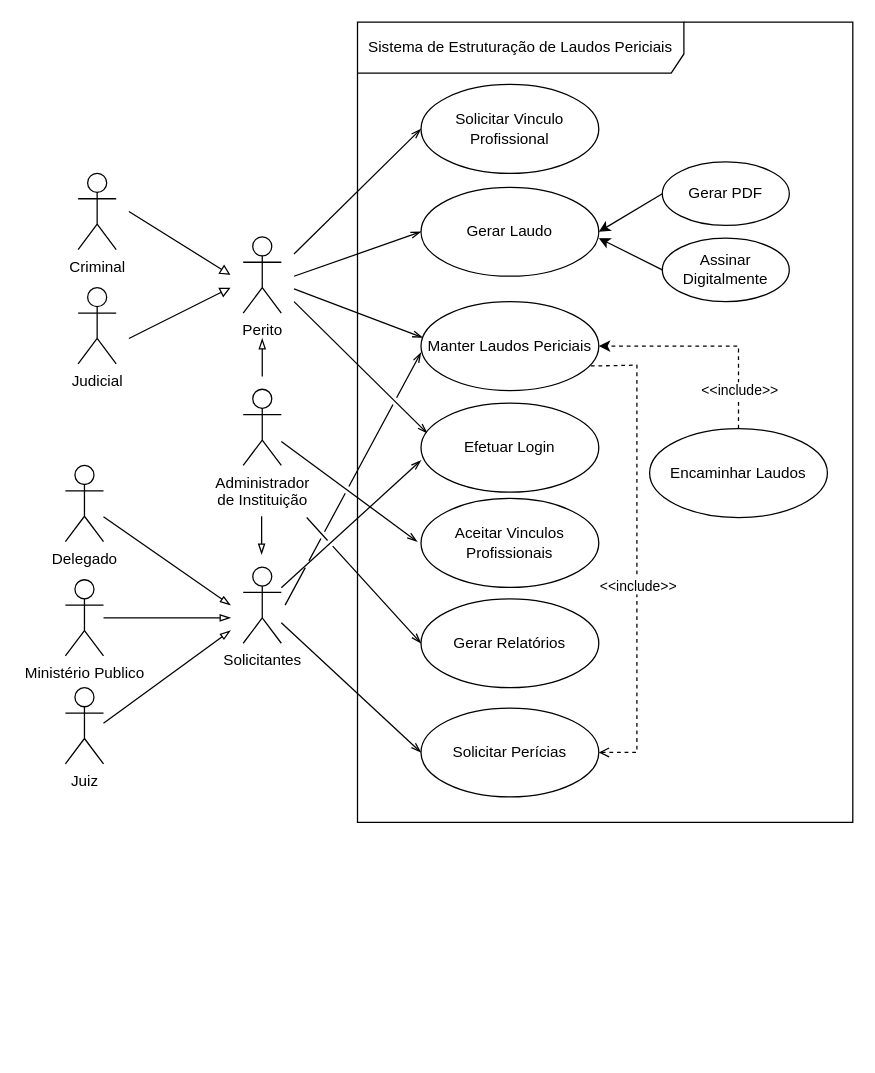
The draw.io diagram docs/Uso de Caso Projeto ES2.drawio in markkyn/peritum-report, before the edit. Source tidied: cells renumbered, new cells numbered last; positions are measured from the earlier drawing's top-left corner, leaving out a move shared by most shapes. Both pictures are drawn from the tidied source at 127%, with x=0, y=0 at pixel (65, 22).
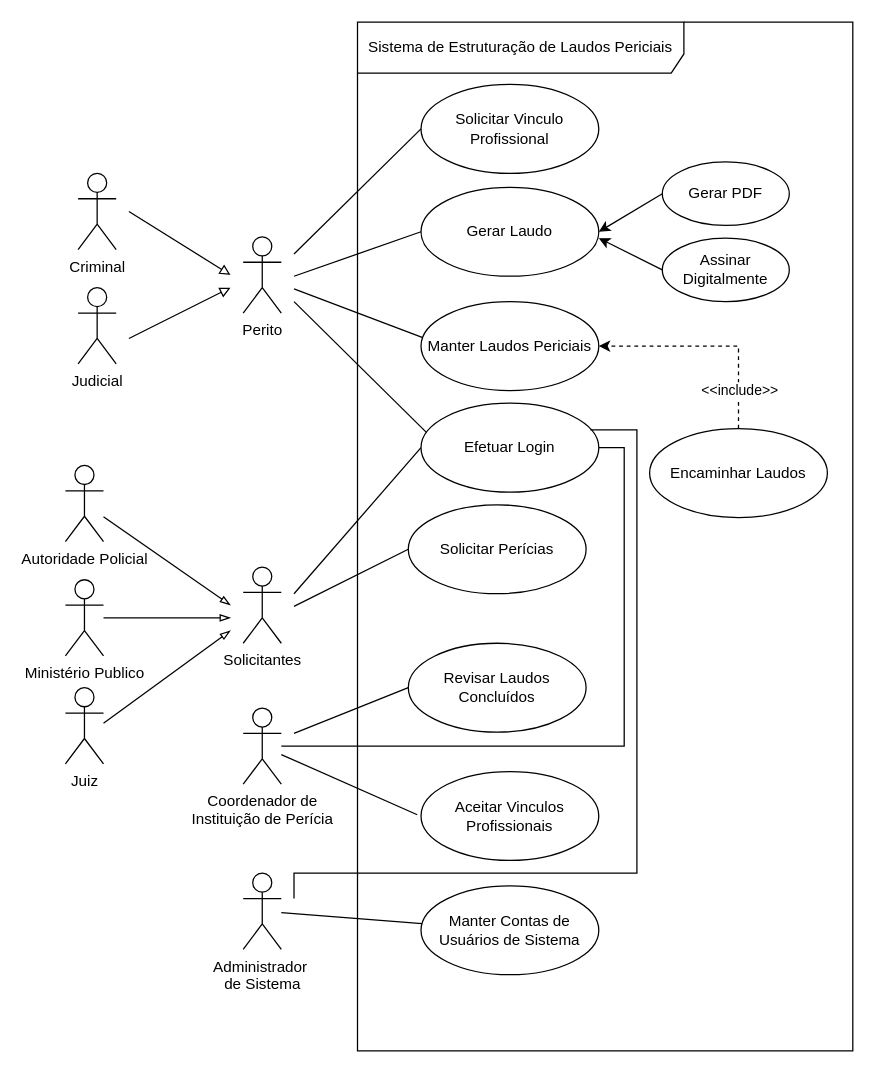
Above is the later version.

Commit message:
Actualizar Caso uso Projeto ES2.drawio

Unchanged cells that the change refers to:
```xml
<mxCell id="11" value="Manter Laudos Periciais" style="ellipse;whiteSpace=wrap;html=1;" parent="1" vertex="1">
  <mxGeometry x="280" y="220" width="140" height="70" as="geometry" />
</mxCell>
<mxCell id="13" value="Solicitantes" style="shape=umlActor;verticalLabelPosition=bottom;verticalAlign=top;html=1;" parent="1" vertex="1">
  <mxGeometry x="140" y="429" width="30" height="60" as="geometry" />
</mxCell>
<mxCell id="25" value="Efetuar Login" style="ellipse;whiteSpace=wrap;html=1;" parent="1" vertex="1">
  <mxGeometry x="280" y="300" width="140" height="70" as="geometry" />
</mxCell>
<mxCell id="31" value="Gerar Laudo" style="ellipse;whiteSpace=wrap;html=1;" parent="1" vertex="1">
  <mxGeometry x="280" y="130" width="140" height="70" as="geometry" />
</mxCell>
<mxCell id="38" value="Solicitar Vinculo Profissional" style="ellipse;whiteSpace=wrap;html=1;" parent="1" vertex="1">
  <mxGeometry x="280" y="49" width="140" height="70" as="geometry" />
</mxCell>
```

Change to the diagram source:
```diff
@@
-    <mxCell id="2" style="rounded=0;jettySize=auto;html=1;endArrow=openThin;endFill=0;entryX=0.01;entryY=0.405;entryDx=0;entryDy=0;entryPerimeter=0;" parent="1" edge="1" target="11">
+    <mxCell id="2" style="rounded=0;jettySize=auto;html=1;endArrow=none;endFill=0;entryX=0.01;entryY=0.405;entryDx=0;entryDy=0;entryPerimeter=0;" parent="1" edge="1" target="11">
       <mxGeometry relative="1" as="geometry">
         <mxPoint x="180" y="210" as="sourcePoint" />
       </mxGeometry>
     </mxCell>
@@
     <mxCell id="8" value="Sistema de Estruturação de Laudos Periciais" style="shape=umlFrame;whiteSpace=wrap;html=1;width=257;height=40;" parent="1" vertex="1">
-      <mxGeometry x="230" width="390" height="630" as="geometry" />
+      <mxGeometry x="230" width="390" height="810" as="geometry" />
     </mxCell>
-    <mxCell id="9" style="edgeStyle=orthogonalEdgeStyle;rounded=0;jettySize=auto;html=1;endArrow=open;endFill=0;dashed=1;entryX=1;entryY=0.5;entryDx=0;entryDy=0;exitX=0.955;exitY=0.723;exitDx=0;exitDy=0;exitPerimeter=0;" parent="1" edge="1" source="11" target="14">
-      <mxGeometry relative="1" as="geometry">
-        <Array as="points">
-          <mxPoint x="420" y="271" />
-          <mxPoint x="450" y="270" />
-          <mxPoint x="450" y="495" />
-        </Array>
-      </mxGeometry>
-    </mxCell>
-    <mxCell id="10" value="&amp;lt;&amp;lt;include&amp;gt;&amp;gt;" style="edgeLabel;html=1;align=center;verticalAlign=middle;" parent="9" vertex="1">
-      <mxGeometry x="-0.02" y="1" relative="1" as="geometry">
-        <mxPoint x="-1" y="28" as="offset" />
-      </mxGeometry>
-    </mxCell>
@@
-    <mxCell id="12" style="rounded=0;jettySize=auto;html=1;entryX=0;entryY=0.5;entryDx=0;entryDy=0;endArrow=openThin;endFill=0;" parent="1" edge="1" source="13" target="14">
-      <mxGeometry relative="1" as="geometry" />
+    <mxCell id="12" style="rounded=0;jettySize=auto;html=1;entryX=0;entryY=0.5;entryDx=0;entryDy=0;endArrow=none;endFill=0;" parent="1" edge="1" target="14">
+      <mxGeometry relative="1" as="geometry">
+        <mxPoint x="180" y="460" as="sourcePoint" />
+      </mxGeometry>
     </mxCell>
+    <mxCell id="43" style="rounded=0;jettySize=auto;html=1;entryX=0;entryY=0.5;entryDx=0;entryDy=0;endArrow=none;endFill=0;" parent="1" edge="1" target="25">
+      <mxGeometry relative="1" as="geometry">
+        <mxPoint x="180" y="450" as="sourcePoint" />
+      </mxGeometry>
+    </mxCell>
@@
     <mxCell id="14" value="Solicitar Perícias" style="ellipse;whiteSpace=wrap;html=1;" parent="1" vertex="1">
-      <mxGeometry x="280" y="540" width="140" height="70" as="geometry" />
+      <mxGeometry x="270" y="380" width="140" height="70" as="geometry" />
     </mxCell>
@@
-    <mxCell id="16" value="Delegado" style="shape=umlActor;verticalLabelPosition=bottom;verticalAlign=top;html=1;" parent="1" vertex="1">
+    <mxCell id="16" value="Autoridade Policial" style="shape=umlActor;verticalLabelPosition=bottom;verticalAlign=top;html=1;" parent="1" vertex="1">
       <mxGeometry y="349" width="30" height="60" as="geometry" />
     </mxCell>
@@
-    <mxCell id="21" style="edgeStyle=orthogonalEdgeStyle;rounded=0;orthogonalLoop=1;jettySize=auto;html=1;endArrow=blockThin;endFill=0;" parent="1" edge="1">
-      <mxGeometry relative="1" as="geometry">
-        <mxPoint x="155" y="279" as="sourcePoint" />
-        <mxPoint x="155" y="249" as="targetPoint" />
-      </mxGeometry>
-    </mxCell>
-    <mxCell id="22" style="rounded=0;jettySize=auto;html=1;endArrow=openThin;endFill=0;entryX=0.036;entryY=0.339;entryDx=0;entryDy=0;entryPerimeter=0;" parent="1" edge="1" target="25">
+    <mxCell id="22" style="rounded=0;jettySize=auto;html=1;endArrow=none;endFill=0;entryX=0.036;entryY=0.339;entryDx=0;entryDy=0;entryPerimeter=0;" parent="1" edge="1" target="25">
       <mxGeometry relative="1" as="geometry">
         <mxPoint x="180" y="220" as="sourcePoint" />
       </mxGeometry>
     </mxCell>
+    <mxCell id="44" style="edgeStyle=orthogonalEdgeStyle;rounded=0;jettySize=auto;html=1;entryX=1;entryY=0.5;entryDx=0;entryDy=0;endArrow=none;endFill=0;" parent="1" edge="1" source="23" target="25">
+      <mxGeometry relative="1" as="geometry" />
+    </mxCell>
+    <mxCell id="45" style="rounded=0;jettySize=auto;html=1;entryX=0;entryY=0.5;entryDx=0;entryDy=0;endArrow=none;endFill=0;" parent="1" edge="1" target="50">
+      <mxGeometry relative="1" as="geometry">
+        <mxPoint x="180" y="560" as="sourcePoint" />
+      </mxGeometry>
+    </mxCell>
-    <mxCell id="23" value="Administrador &lt;br&gt;de Instituição" style="shape=umlActor;verticalLabelPosition=bottom;verticalAlign=top;html=1;" parent="1" vertex="1">
-      <mxGeometry x="140" y="289" width="30" height="60" as="geometry" />
+    <mxCell id="23" value="Coordenador de &lt;br&gt;Instituição de Perícia" style="shape=umlActor;verticalLabelPosition=bottom;verticalAlign=top;html=1;" parent="1" vertex="1">
+      <mxGeometry x="140" y="540" width="30" height="60" as="geometry" />
     </mxCell>
-    <mxCell id="24" style="edgeStyle=orthogonalEdgeStyle;rounded=0;orthogonalLoop=1;jettySize=auto;html=1;endArrow=blockThin;endFill=0;" parent="1" edge="1">
-      <mxGeometry relative="1" as="geometry">
-        <mxPoint x="154.5" y="389" as="sourcePoint" />
-        <mxPoint x="154.5" y="419" as="targetPoint" />
-        <Array as="points">
-          <mxPoint x="154.5" y="409" />
-          <mxPoint x="154.5" y="409" />
-        </Array>
-      </mxGeometry>
-    </mxCell>
@@
     <mxCell id="29" value="Aceitar Vinculos Profissionais" style="ellipse;whiteSpace=wrap;html=1;" parent="1" vertex="1">
-      <mxGeometry x="280" y="375" width="140" height="70" as="geometry" />
+      <mxGeometry x="280" y="590" width="140" height="70" as="geometry" />
     </mxCell>
-    <mxCell id="30" style="rounded=0;jettySize=auto;html=1;endArrow=openThin;endFill=0;entryX=-0.021;entryY=0.486;entryDx=0;entryDy=0;entryPerimeter=0;" parent="1" edge="1" source="23" target="29">
+    <mxCell id="30" style="rounded=0;jettySize=auto;html=1;endArrow=none;endFill=0;entryX=-0.021;entryY=0.486;entryDx=0;entryDy=0;entryPerimeter=0;" parent="1" edge="1" source="23" target="29">
       <mxGeometry relative="1" as="geometry" />
     </mxCell>
@@
-    <mxCell id="32" style="rounded=0;jettySize=auto;html=1;endArrow=openThin;endFill=0;entryX=0;entryY=0.5;entryDx=0;entryDy=0;" parent="1" edge="1" target="31">
+    <mxCell id="32" style="rounded=0;jettySize=auto;html=1;endArrow=none;endFill=0;entryX=0;entryY=0.5;entryDx=0;entryDy=0;" parent="1" edge="1" target="31">
       <mxGeometry relative="1" as="geometry">
         <mxPoint x="180" y="200" as="sourcePoint" />
       </mxGeometry>
     </mxCell>
@@
-    <mxCell id="37" style="rounded=0;jettySize=auto;html=1;endArrow=openThin;endFill=0;entryX=0;entryY=0.643;entryDx=0;entryDy=0;entryPerimeter=0;shadow=0;jumpStyle=none;" parent="1" edge="1" source="13" target="25">
-      <mxGeometry relative="1" as="geometry" />
-    </mxCell>
@@
-    <mxCell id="39" style="rounded=0;jettySize=auto;html=1;endArrow=openThin;endFill=0;entryX=0;entryY=0.5;entryDx=0;entryDy=0;" parent="1" edge="1" target="38">
+    <mxCell id="39" style="rounded=0;jettySize=auto;html=1;endArrow=none;endFill=0;entryX=0;entryY=0.5;entryDx=0;entryDy=0;" parent="1" edge="1" target="38">
       <mxGeometry relative="1" as="geometry">
         <mxPoint x="180" y="182.5" as="sourcePoint" />
       </mxGeometry>
     </mxCell>
-    <mxCell id="40" value="Gerar Relatórios" style="ellipse;whiteSpace=wrap;html=1;" parent="1" vertex="1">
-      <mxGeometry x="280" y="454" width="140" height="70" as="geometry" />
-    </mxCell>
-    <mxCell id="41" style="rounded=0;jettySize=auto;html=1;endArrow=openThin;endFill=0;entryX=0;entryY=0.5;entryDx=0;entryDy=0;jumpStyle=gap;" parent="1" edge="1" target="40">
-      <mxGeometry relative="1" as="geometry">
-        <mxPoint x="190" y="390" as="sourcePoint" />
-      </mxGeometry>
-    </mxCell>
-    <mxCell id="42" style="rounded=0;orthogonalLoop=1;jettySize=auto;html=1;endArrow=openThin;endFill=0;shadow=0;jumpStyle=gap;" parent="1" edge="1">
-      <mxGeometry relative="1" as="geometry">
-        <mxPoint x="173" y="459" as="sourcePoint" />
-        <mxPoint x="280" y="260" as="targetPoint" />
-      </mxGeometry>
-    </mxCell>
+    <mxCell id="46" style="rounded=0;jettySize=auto;html=1;endArrow=none;endFill=0;" parent="1" edge="1" source="47" target="49">
+      <mxGeometry relative="1" as="geometry" />
+    </mxCell>
+    <mxCell id="47" value="&lt;div&gt;Administrador&amp;nbsp;&lt;/div&gt;&lt;div&gt;de Sistema&lt;/div&gt;" style="shape=umlActor;verticalLabelPosition=bottom;verticalAlign=top;html=1;" parent="1" vertex="1">
+      <mxGeometry x="140" y="670" width="30" height="60" as="geometry" />
+    </mxCell>
+    <mxCell id="48" style="edgeStyle=orthogonalEdgeStyle;rounded=0;jettySize=auto;html=1;entryX=0.953;entryY=0.299;entryDx=0;entryDy=0;endArrow=none;endFill=0;entryPerimeter=0;" parent="1" edge="1" target="25">
+      <mxGeometry relative="1" as="geometry">
+        <mxPoint x="180" y="690" as="sourcePoint" />
+        <Array as="points">
+          <mxPoint x="180" y="670" />
+          <mxPoint x="450" y="670" />
+          <mxPoint x="450" y="321" />
+        </Array>
+      </mxGeometry>
+    </mxCell>
+    <mxCell id="49" value="Manter Contas de Usuários de Sistema" style="ellipse;whiteSpace=wrap;html=1;" parent="1" vertex="1">
+      <mxGeometry x="280" y="680" width="140" height="70" as="geometry" />
+    </mxCell>
+    <mxCell id="50" value="Revisar Laudos Concluídos" style="ellipse;whiteSpace=wrap;html=1;" parent="1" vertex="1">
+      <mxGeometry x="270" y="489" width="140" height="70" as="geometry" />
+    </mxCell>
```
